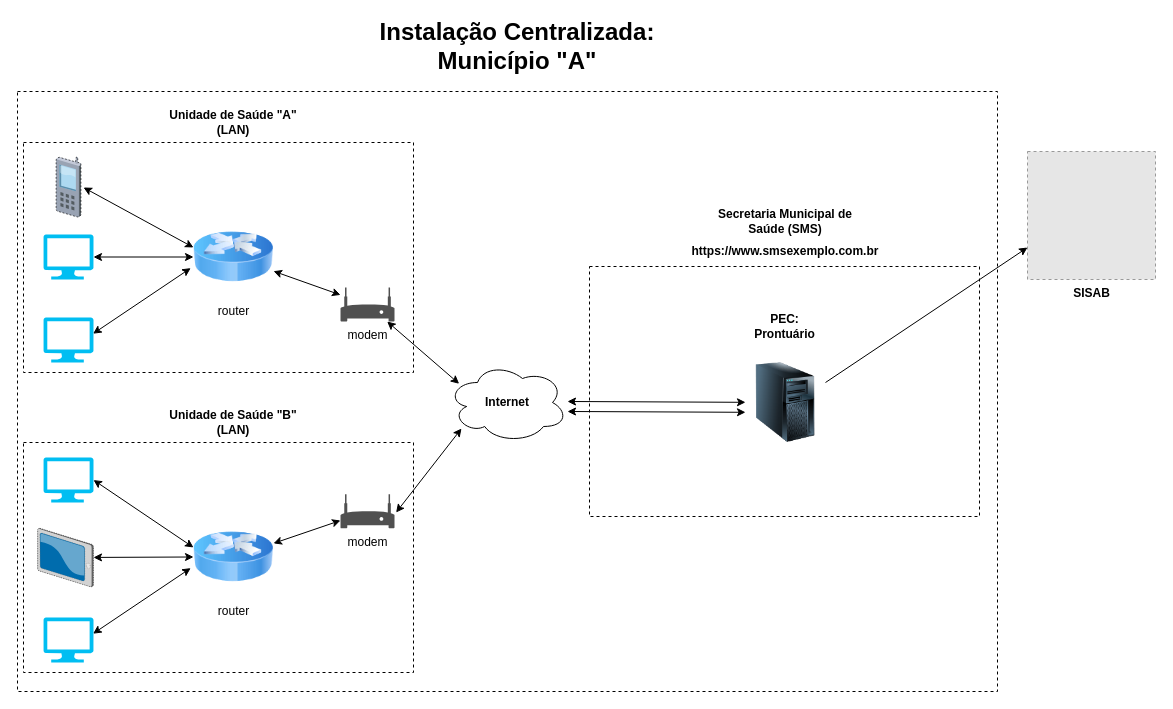
Above: page "Centralizado" (3 of 4) of Untitled Diagram.drawio in cwsdevops/scripts-eSUS-APS (draw.io), before the change. Source tidied: cells renumbered, new cells numbered last; positions are measured from the earlier drawing's top-left corner, leaving out a move shared by most shapes. Both pictures are drawn from the tidied source at 100%, with x=0, y=0 at pixel (17, 31). Pictures stored in the file or linked from it are replaced by grey dashed boxes.
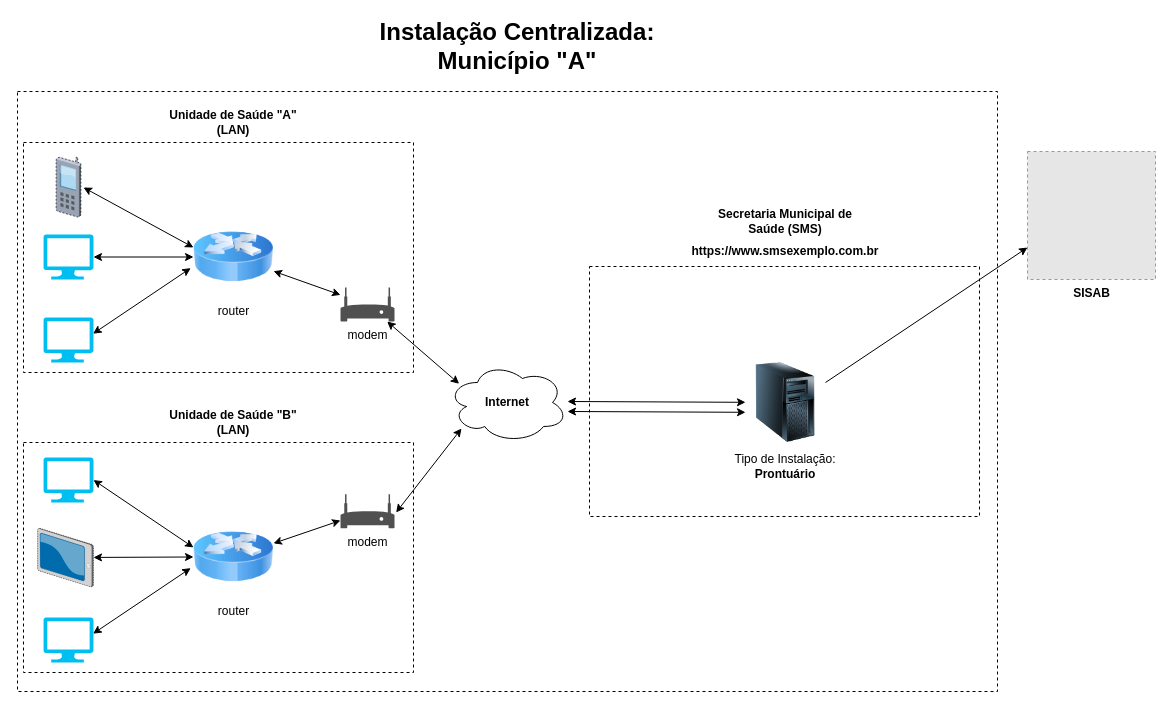
Above is the later version.

What changed in the source:
```diff
@@
-    <mxCell id="32" value="&lt;b&gt;PEC:&lt;br&gt;Prontuário&lt;/b&gt;" style="text;html=1;strokeColor=none;fillColor=none;align=center;verticalAlign=middle;whiteSpace=wrap;rounded=0;" parent="1" vertex="1">
-      <mxGeometry x="714" y="280" width="107" height="30" as="geometry" />
-    </mxCell>
@@
+    <mxCell id="38" value="&lt;span&gt;Tipo de Instalação:&lt;br&gt;&lt;/span&gt;&lt;span style=&quot;background-color: rgb(255, 255, 255);&quot;&gt;&lt;b&gt;Prontuário&lt;/b&gt;&lt;/span&gt;&lt;span&gt;&lt;br&gt;&lt;/span&gt;" style="text;html=1;strokeColor=none;fillColor=none;align=center;verticalAlign=middle;whiteSpace=wrap;rounded=0;fontStyle=0;" parent="1" vertex="1">
+      <mxGeometry x="688" y="420" width="160" height="30" as="geometry" />
+    </mxCell>
```
